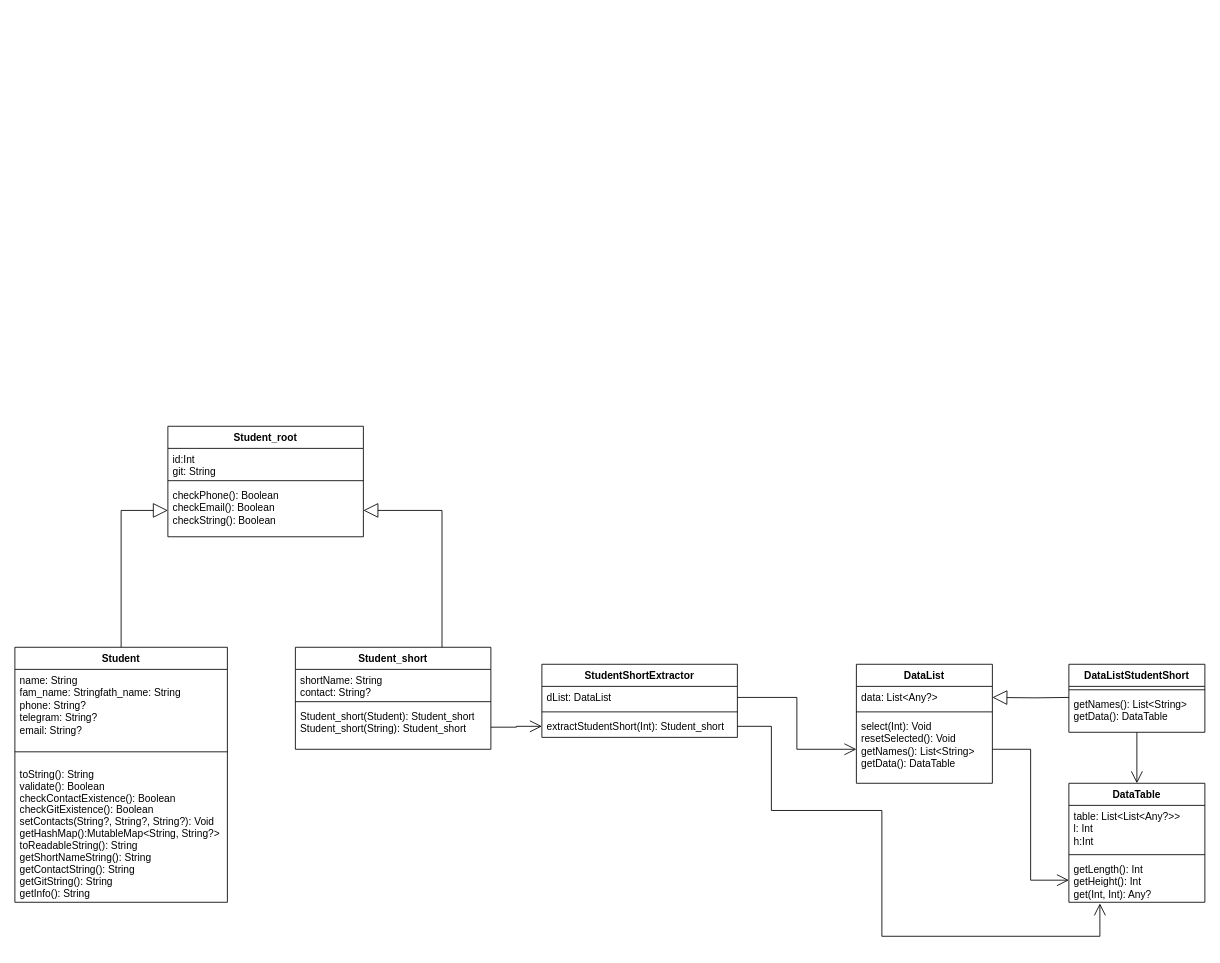
Nakoren/Study-patterns keeps this draw.io diagram as Diagram.drawio. Above is the earlier version. Source tidied: cells renumbered, new cells numbered last; positions are measured from the earlier drawing's top-left corner, leaving out a move shared by most shapes. Both pictures are drawn from the tidied source at 85%, with x=0, y=0 at pixel (14, 426).
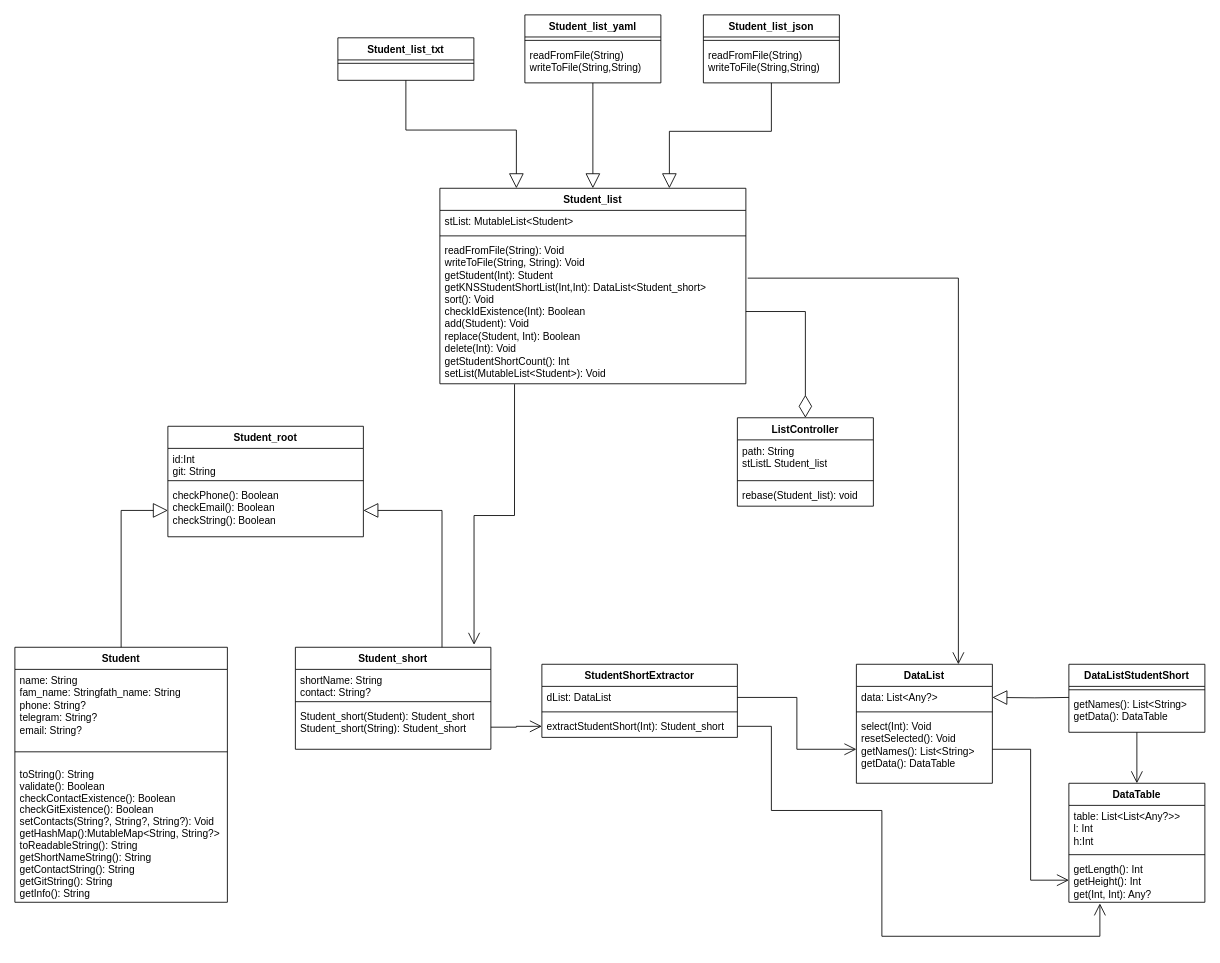
Above is the later version.

Commit message:
Lab 3. UML update

The change refers to these unchanged cells:
```xml
<mxCell id="6" value="Student_short" style="swimlane;fontStyle=1;align=center;verticalAlign=top;horizontal=1;startSize=26;whiteSpace=wrap;html=1;" parent="1" vertex="1">
  <mxGeometry x="330" y="260" width="230" height="120" as="geometry" />
</mxCell>
<mxCell id="16" value="DataList" style="swimlane;fontStyle=1;align=center;verticalAlign=top;horizontal=1;startSize=26;whiteSpace=wrap;html=1;" parent="1" vertex="1">
  <mxGeometry x="990" y="280" width="160" height="140" as="geometry" />
</mxCell>
```

Change to the diagram source:
```diff
@@
+    <mxCell id="37" value="ListController" style="swimlane;fontStyle=1;align=center;verticalAlign=top;horizontal=1;startSize=26;whiteSpace=wrap;html=1;" parent="1" vertex="1">
+      <mxGeometry x="850" y="-10" width="160" height="104" as="geometry" />
+    </mxCell>
+    <mxCell id="38" value="path: String&lt;div&gt;stListL Student_list&lt;/div&gt;" style="text;strokeColor=none;fillColor=none;align=left;verticalAlign=top;spacingLeft=4;spacingRight=4;overflow=hidden;whiteSpace=wrap;html=1;" parent="37" vertex="1">
+      <mxGeometry y="26" width="160" height="44" as="geometry" />
+    </mxCell>
+    <mxCell id="39" style="line;strokeWidth=1;fillColor=none;align=left;verticalAlign=middle;spacingTop=-1;spacingLeft=3;spacingRight=3;labelPosition=right;strokeColor=inherit;" parent="37" vertex="1">
+      <mxGeometry y="70" width="160" height="8" as="geometry" />
+    </mxCell>
+    <mxCell id="40" value="rebase(Student_list): void" style="text;strokeColor=none;fillColor=none;align=left;verticalAlign=top;spacingLeft=4;spacingRight=4;overflow=hidden;whiteSpace=wrap;html=1;" parent="37" vertex="1">
+      <mxGeometry y="78" width="160" height="26" as="geometry" />
+    </mxCell>
+    <mxCell id="41" style="endArrow=diamondThin;endFill=0;endSize=24;html=1;rounded=0;entryX=0.5;entryY=0;entryDx=0;entryDy=0;edgeStyle=orthogonalEdgeStyle;exitX=1;exitY=0.5;exitDx=0;exitDy=0;" parent="1" edge="1" source="45" target="37">
+      <mxGeometry relative="1" as="geometry" />
+    </mxCell>
+    <mxCell id="42" value="Student_list" style="swimlane;fontStyle=1;align=center;verticalAlign=top;horizontal=1;startSize=26;whiteSpace=wrap;html=1;" parent="1" vertex="1">
+      <mxGeometry x="500" y="-280" width="360" height="230" as="geometry" />
+    </mxCell>
+    <mxCell id="43" value="stList: MutableList&amp;lt;Student&amp;gt;" style="text;strokeColor=none;fillColor=none;align=left;verticalAlign=top;spacingLeft=4;spacingRight=4;overflow=hidden;whiteSpace=wrap;html=1;" parent="42" vertex="1">
+      <mxGeometry y="26" width="360" height="26" as="geometry" />
+    </mxCell>
+    <mxCell id="44" style="line;strokeWidth=1;fillColor=none;align=left;verticalAlign=middle;spacingTop=-1;spacingLeft=3;spacingRight=3;labelPosition=right;strokeColor=inherit;" parent="42" vertex="1">
+      <mxGeometry y="52" width="360" height="8" as="geometry" />
+    </mxCell>
+    <mxCell id="45" value="readFromFile(String): Void&lt;div&gt;writeToFile(String, String): Void&lt;/div&gt;&lt;div&gt;getStudent(Int): Student&lt;/div&gt;&lt;div&gt;getKNSStudentShortList(Int,Int): DataList&amp;lt;Student_short&amp;gt;&lt;/div&gt;&lt;div&gt;sort(): Void&lt;/div&gt;&lt;div&gt;checkIdExistence(Int): Boolean&lt;/div&gt;&lt;div&gt;add(Student): Void&lt;/div&gt;&lt;div&gt;replace(Student, Int): Boolean&lt;/div&gt;&lt;div&gt;delete(Int): Void&lt;/div&gt;&lt;div&gt;getStudentShortCount(): Int&lt;/div&gt;&lt;div&gt;setList(MutableList&amp;lt;Student&amp;gt;): Void&lt;/div&gt;&lt;div&gt;&lt;br&gt;&lt;/div&gt;" style="text;strokeColor=none;fillColor=none;align=left;verticalAlign=top;spacingLeft=4;spacingRight=4;overflow=hidden;points=[[0,0.5],[1,0.5]];portConstraint=eastwest;whiteSpace=wrap;html=1;" parent="42" vertex="1">
+      <mxGeometry y="60" width="360" height="170" as="geometry" />
+    </mxCell>
+    <mxCell id="46" style="endArrow=open;endFill=1;endSize=12;html=1;rounded=0;exitX=0.244;exitY=1.003;exitDx=0;exitDy=0;edgeStyle=orthogonalEdgeStyle;exitPerimeter=0;entryX=0.914;entryY=-0.024;entryDx=0;entryDy=0;entryPerimeter=0;" parent="1" edge="1" source="45" target="6">
+      <mxGeometry relative="1" as="geometry" />
+    </mxCell>
+    <mxCell id="47" style="endArrow=open;endFill=1;endSize=12;html=1;rounded=0;exitX=1.006;exitY=0.269;exitDx=0;exitDy=0;edgeStyle=orthogonalEdgeStyle;exitPerimeter=0;entryX=0.75;entryY=0;entryDx=0;entryDy=0;" parent="1" edge="1" source="45" target="16">
+      <mxGeometry relative="1" as="geometry" />
+    </mxCell>
+    <mxCell id="48" value="Student_list_yaml" style="swimlane;fontStyle=1;align=center;verticalAlign=top;horizontal=1;startSize=26;whiteSpace=wrap;html=1;" parent="1" vertex="1">
+      <mxGeometry x="600" y="-484" width="160" height="80" as="geometry" />
+    </mxCell>
+    <mxCell id="49" style="line;strokeWidth=1;fillColor=none;align=left;verticalAlign=middle;spacingTop=-1;spacingLeft=3;spacingRight=3;labelPosition=right;strokeColor=inherit;" parent="48" vertex="1">
+      <mxGeometry y="26" width="160" height="8" as="geometry" />
+    </mxCell>
+    <mxCell id="50" value="&lt;div&gt;readFromFile(String)&lt;/div&gt;writeToFile(String,String)" style="text;strokeColor=none;fillColor=none;align=left;verticalAlign=top;spacingLeft=4;spacingRight=4;overflow=hidden;whiteSpace=wrap;html=1;" parent="48" vertex="1">
+      <mxGeometry y="34" width="160" height="46" as="geometry" />
+    </mxCell>
+    <mxCell id="51" value="Student_list_json" style="swimlane;fontStyle=1;align=center;verticalAlign=top;horizontal=1;startSize=26;whiteSpace=wrap;html=1;" parent="1" vertex="1">
+      <mxGeometry x="810" y="-484" width="160" height="80" as="geometry" />
+    </mxCell>
+    <mxCell id="52" style="line;strokeWidth=1;fillColor=none;align=left;verticalAlign=middle;spacingTop=-1;spacingLeft=3;spacingRight=3;labelPosition=right;strokeColor=inherit;" parent="51" vertex="1">
+      <mxGeometry y="26" width="160" height="8" as="geometry" />
+    </mxCell>
+    <mxCell id="53" value="&lt;div&gt;readFromFile(String)&lt;/div&gt;writeToFile(String,String)" style="text;strokeColor=none;fillColor=none;align=left;verticalAlign=top;spacingLeft=4;spacingRight=4;overflow=hidden;whiteSpace=wrap;html=1;" parent="51" vertex="1">
+      <mxGeometry y="34" width="160" height="46" as="geometry" />
+    </mxCell>
+    <mxCell id="54" value="Student_list_txt" style="swimlane;fontStyle=1;align=center;verticalAlign=top;horizontal=1;startSize=26;whiteSpace=wrap;html=1;" parent="1" vertex="1">
+      <mxGeometry x="380" y="-457" width="160" height="50" as="geometry" />
+    </mxCell>
+    <mxCell id="55" style="line;strokeWidth=1;fillColor=none;align=left;verticalAlign=middle;spacingTop=-1;spacingLeft=3;spacingRight=3;labelPosition=right;strokeColor=inherit;" parent="54" vertex="1">
+      <mxGeometry y="26" width="160" height="8" as="geometry" />
+    </mxCell>
+    <mxCell id="56" value="&lt;div&gt;&lt;/div&gt;" style="text;strokeColor=none;fillColor=none;align=left;verticalAlign=top;spacingLeft=4;spacingRight=4;overflow=hidden;whiteSpace=wrap;html=1;" parent="54" vertex="1">
+      <mxGeometry y="34" width="160" height="16" as="geometry" />
+    </mxCell>
+    <mxCell id="57" style="edgeStyle=orthogonalEdgeStyle;rounded=0;jettySize=auto;html=1;endArrow=block;endFill=0;endSize=15;entryX=0.25;entryY=0;entryDx=0;entryDy=0;" parent="1" edge="1" source="54" target="42">
+      <mxGeometry relative="1" as="geometry" />
+    </mxCell>
+    <mxCell id="58" style="edgeStyle=orthogonalEdgeStyle;rounded=0;jettySize=auto;html=1;endArrow=block;endFill=0;endSize=15;entryX=0.5;entryY=0;entryDx=0;entryDy=0;" parent="1" edge="1" source="48" target="42">
+      <mxGeometry relative="1" as="geometry" />
+    </mxCell>
+    <mxCell id="59" style="edgeStyle=orthogonalEdgeStyle;rounded=0;jettySize=auto;html=1;endArrow=block;endFill=0;endSize=15;entryX=0.75;entryY=0;entryDx=0;entryDy=0;" parent="1" edge="1" source="51" target="42">
+      <mxGeometry relative="1" as="geometry" />
+    </mxCell>
```
